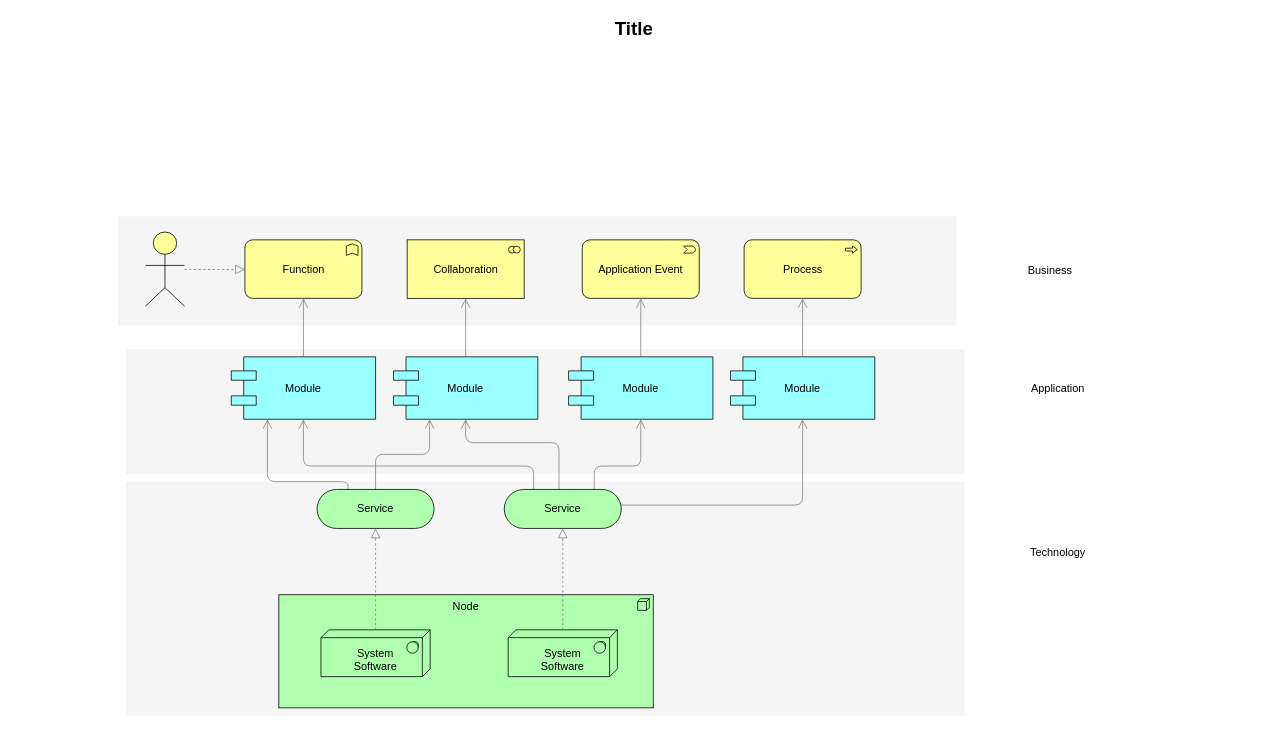
Above: Untitled Diagram.drawio in ady20020/diagrams (draw.io), before the change. Source tidied: cells renumbered, new cells numbered last; positions are measured from the earlier drawing's top-left corner, leaving out a move shared by most shapes. Both pictures are drawn from the tidied source at 78%, with x=0, y=0 at pixel (13, 13).
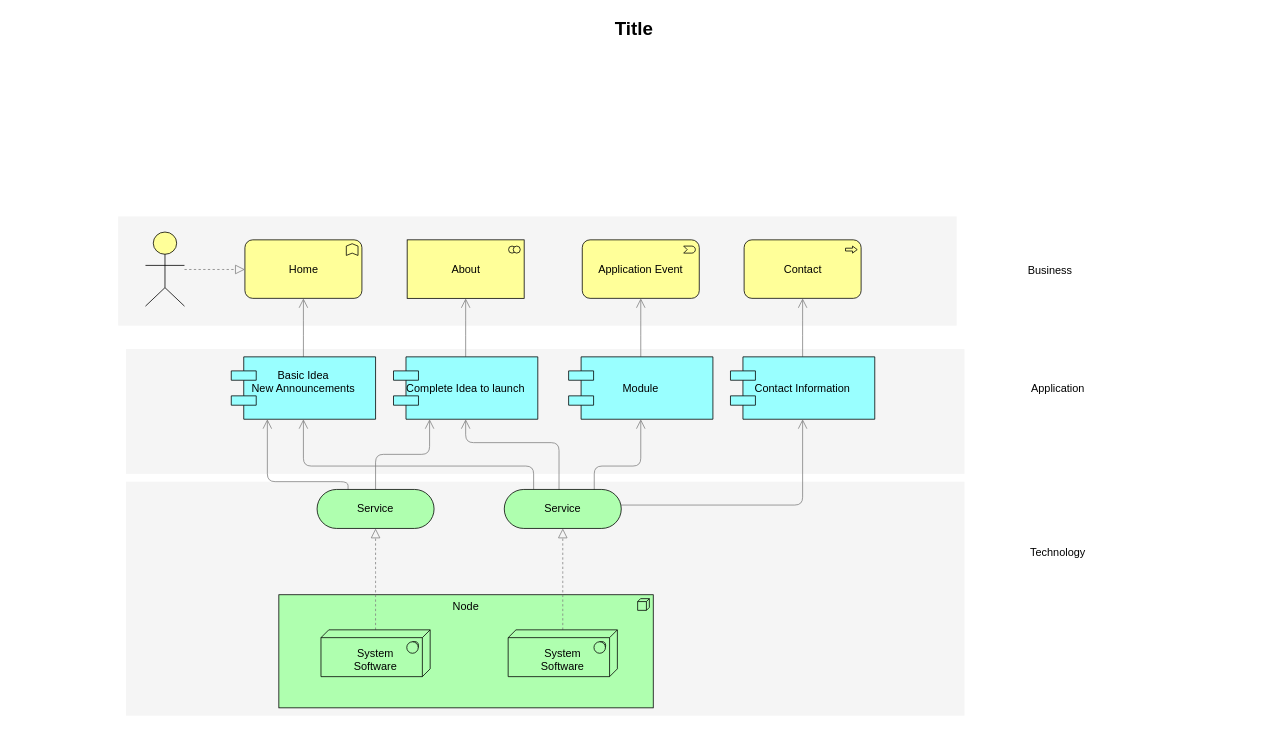
The same page after the edit.

Diff of the diagram source:
```diff
@@
-    <mxCell id="19" value="Module" style="shape=component;align=center;fillColor=#99ffff;gradientColor=none;fontSize=14;" parent="1" vertex="1">
+    <mxCell id="19" value="Basic Idea&#10;New Announcements&#10;" style="shape=component;align=center;fillColor=#99ffff;gradientColor=none;fontSize=14;" parent="1" vertex="1">
       <mxGeometry x="279" y="440" width="185" height="80" as="geometry" />
     </mxCell>
@@
-    <mxCell id="21" value="Module" style="shape=component;align=center;fillColor=#99ffff;gradientColor=none;fontSize=14;" parent="1" vertex="1">
+    <mxCell id="21" value="Complete Idea to launch" style="shape=component;align=center;fillColor=#99ffff;gradientColor=none;fontSize=14;" parent="1" vertex="1">
       <mxGeometry x="487" y="440" width="185" height="80" as="geometry" />
     </mxCell>
@@
-    <mxCell id="25" value="Module" style="shape=component;align=center;fillColor=#99ffff;gradientColor=none;fontSize=14;" parent="1" vertex="1">
+    <mxCell id="25" value="Contact Information" style="shape=component;align=center;fillColor=#99ffff;gradientColor=none;fontSize=14;" parent="1" vertex="1">
       <mxGeometry x="919" y="440" width="185" height="80" as="geometry" />
     </mxCell>
-    <mxCell id="26" value="Function" style="html=1;whiteSpace=wrap;fillColor=#ffff99;shape=mxgraph.archimate3.application;appType=func;archiType=rounded;fontSize=14;" parent="1" vertex="1">
+    <mxCell id="26" value="Home" style="html=1;whiteSpace=wrap;fillColor=#ffff99;shape=mxgraph.archimate3.application;appType=func;archiType=rounded;fontSize=14;" parent="1" vertex="1">
       <mxGeometry x="296.5" y="290" width="150" height="75" as="geometry" />
     </mxCell>
-    <mxCell id="27" value="Collaboration" style="html=1;whiteSpace=wrap;fillColor=#ffff99;shape=mxgraph.archimate3.application;appType=collab;archiType=square;fontSize=14;" parent="1" vertex="1">
+    <mxCell id="27" value="About" style="html=1;whiteSpace=wrap;fillColor=#ffff99;shape=mxgraph.archimate3.application;appType=collab;archiType=square;fontSize=14;" parent="1" vertex="1">
       <mxGeometry x="504.5" y="290" width="150" height="75" as="geometry" />
     </mxCell>
@@
-    <mxCell id="29" value="Process" style="html=1;whiteSpace=wrap;fillColor=#ffff99;shape=mxgraph.archimate3.application;appType=proc;archiType=rounded;fontSize=14;" parent="1" vertex="1">
+    <mxCell id="29" value="Contact" style="html=1;whiteSpace=wrap;fillColor=#ffff99;shape=mxgraph.archimate3.application;appType=proc;archiType=rounded;fontSize=14;" parent="1" vertex="1">
       <mxGeometry x="936.5" y="290" width="150" height="75" as="geometry" />
     </mxCell>
```
